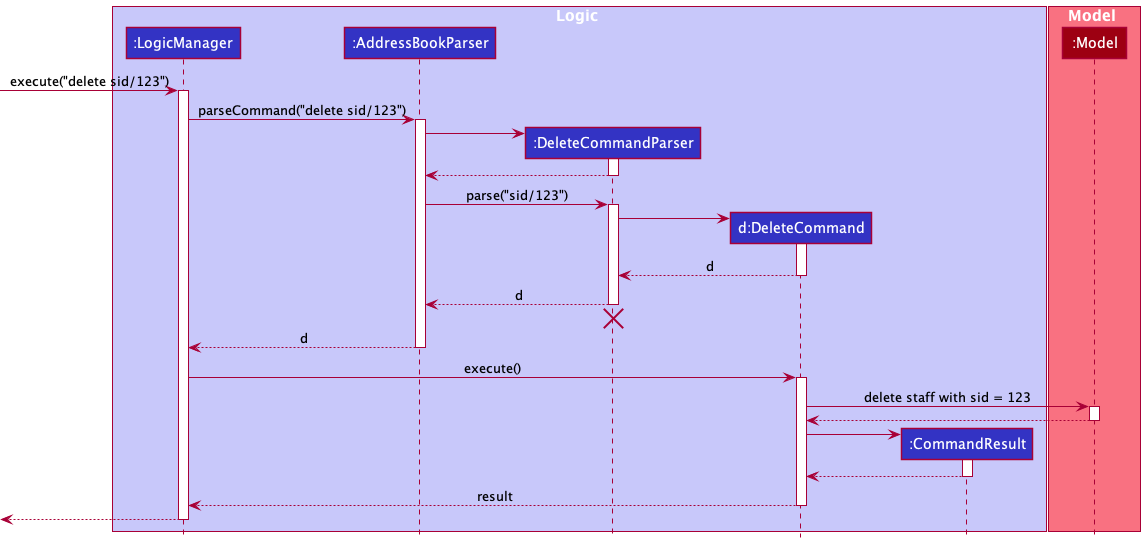
The PlantUML diagram docs/images/DeleteSequenceDiagram.png in rgbpokka/tp, before a commit.
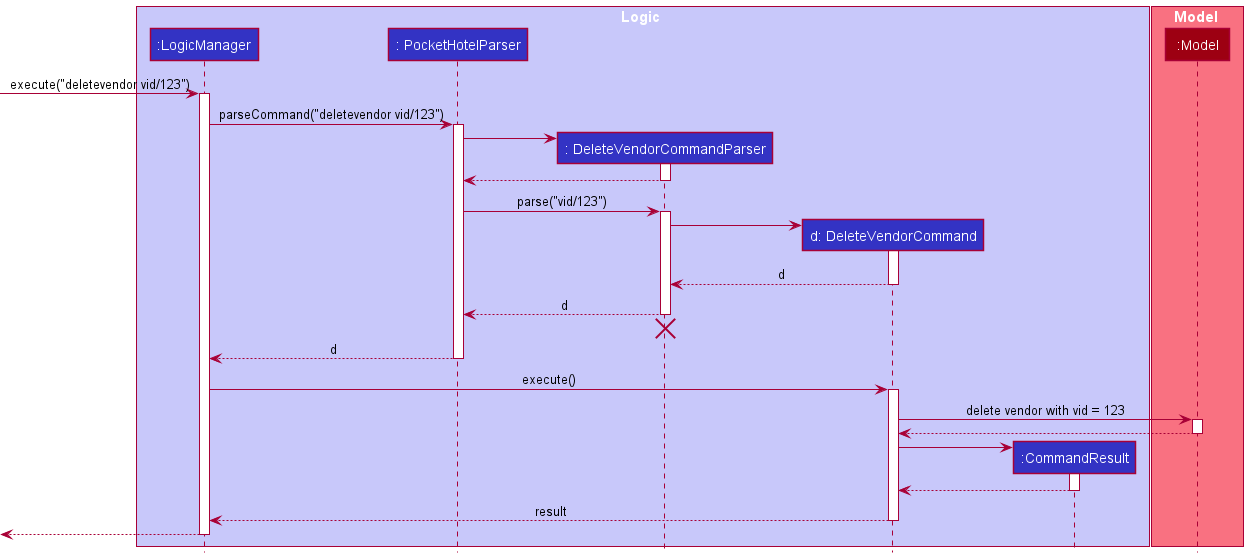
After the commit.

Change to the diagram source:
```diff
@@ -3,9 +3,9 @@
 
 box Logic LOGIC_COLOR_T1
 participant ":LogicManager" as LogicManager LOGIC_COLOR
-participant ":AddressBookParser" as AddressBookParser LOGIC_COLOR
-participant ":DeleteCommandParser" as DeleteCommandParser LOGIC_COLOR
-participant "d:DeleteCommand" as DeleteCommand LOGIC_COLOR
+participant ": PocketHotelParser" as  PocketHotelParser LOGIC_COLOR
+participant ": DeleteVendorCommandParser" as  DeleteVendorCommandParser LOGIC_COLOR
+participant "d: DeleteVendorCommand" as  DeleteVendorCommand LOGIC_COLOR
 participant ":CommandResult" as CommandResult LOGIC_COLOR
 end box
 
@@ -13,55 +13,55 @@
 participant ":Model" as Model MODEL_COLOR
 end box
 
-[-> LogicManager : execute("delete sid/123")
+[-> LogicManager : execute("deletevendor vid/123")
 activate LogicManager
 
-LogicManager -> AddressBookParser : parseCommand("delete sid/123")
-activate AddressBookParser
+LogicManager ->  PocketHotelParser : parseCommand("deletevendor vid/123")
+activate PocketHotelParser
 
-create DeleteCommandParser
-AddressBookParser -> DeleteCommandParser
-activate DeleteCommandParser
+create DeleteVendorCommandParser
+ PocketHotelParser -> DeleteVendorCommandParser
+activate DeleteVendorCommandParser
 
-DeleteCommandParser --> AddressBookParser
-deactivate DeleteCommandParser
+ DeleteVendorCommandParser --> PocketHotelParser
+deactivate DeleteVendorCommandParser
 
-AddressBookParser -> DeleteCommandParser : parse("sid/123")
-activate DeleteCommandParser
+ PocketHotelParser ->  DeleteVendorCommandParser : parse("vid/123")
+activate DeleteVendorCommandParser
 
-create DeleteCommand
-DeleteCommandParser -> DeleteCommand
-activate DeleteCommand
+create DeleteVendorCommand
+ DeleteVendorCommandParser -> DeleteVendorCommand
+activate DeleteVendorCommand
 
-DeleteCommand --> DeleteCommandParser : d
-deactivate DeleteCommand
+ DeleteVendorCommand -->  DeleteVendorCommandParser : d
+deactivate DeleteVendorCommand
 
-DeleteCommandParser --> AddressBookParser : d
-deactivate DeleteCommandParser
-DeleteCommandParser -[hidden]-> AddressBookParser
-destroy DeleteCommandParser
+ DeleteVendorCommandParser -->  PocketHotelParser : d
+deactivate DeleteVendorCommandParser
+ DeleteVendorCommandParser -[hidden]-> PocketHotelParser
+destroy DeleteVendorCommandParser
 
-AddressBookParser --> LogicManager : d
-deactivate AddressBookParser
+ PocketHotelParser --> LogicManager : d
+deactivate PocketHotelParser
 
-LogicManager -> DeleteCommand : execute()
-activate DeleteCommand
+LogicManager ->  DeleteVendorCommand : execute()
+activate DeleteVendorCommand
 
-DeleteCommand -> Model : delete staff with sid = 123
+ DeleteVendorCommand -> Model : delete vendor with vid = 123
 activate Model
 
-Model --> DeleteCommand
+Model --> DeleteVendorCommand
 deactivate Model
 
 create CommandResult
-DeleteCommand -> CommandResult
+ DeleteVendorCommand -> CommandResult
 activate CommandResult
 
-CommandResult --> DeleteCommand
+CommandResult --> DeleteVendorCommand
 deactivate CommandResult
 
-DeleteCommand --> LogicManager : result
-deactivate DeleteCommand
+ DeleteVendorCommand --> LogicManager : result
+deactivate DeleteVendorCommand
 
 [<--LogicManager
 deactivate LogicManager
```
